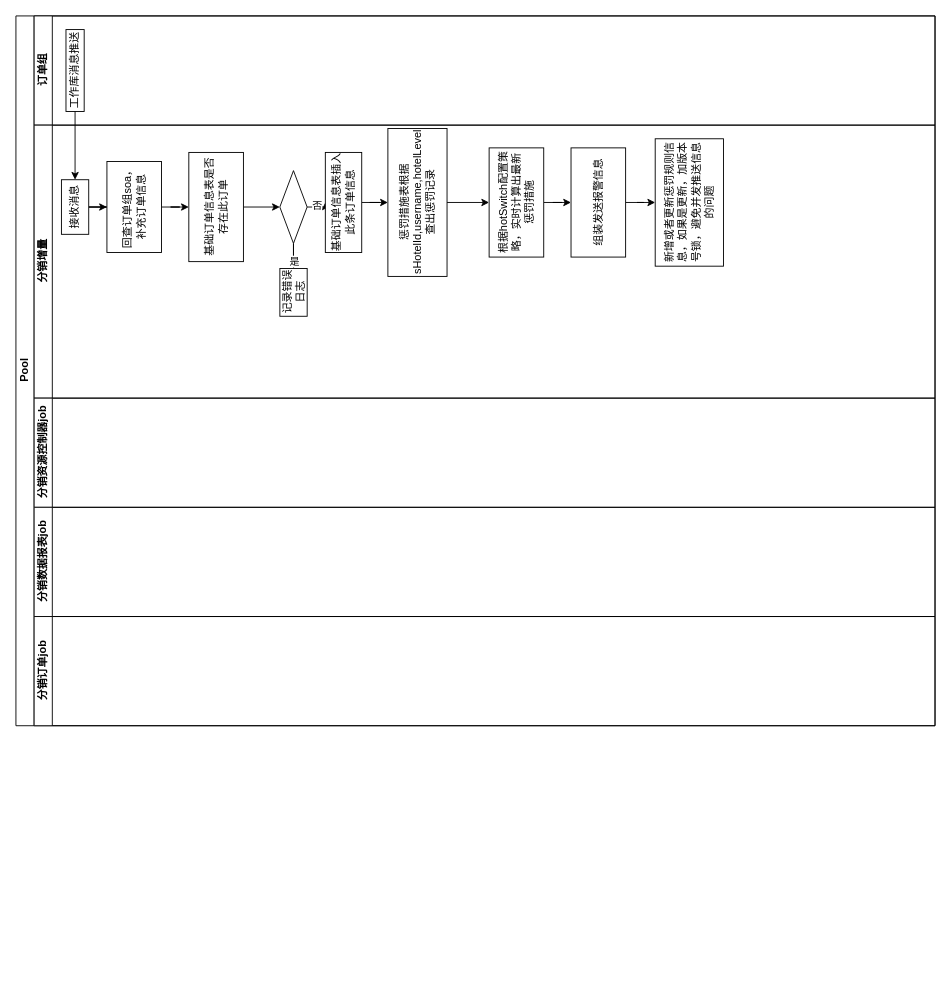
Above: nb/养蜂单.drawio in zhenjie-chen/diagrams (draw.io), before the change. Source tidied: cells renumbered, new cells numbered last; positions are measured from the earlier drawing's top-left corner, leaving out a move shared by most shapes. Both pictures are drawn from the tidied source at 91%, with x=0, y=0 at pixel (15, 15).
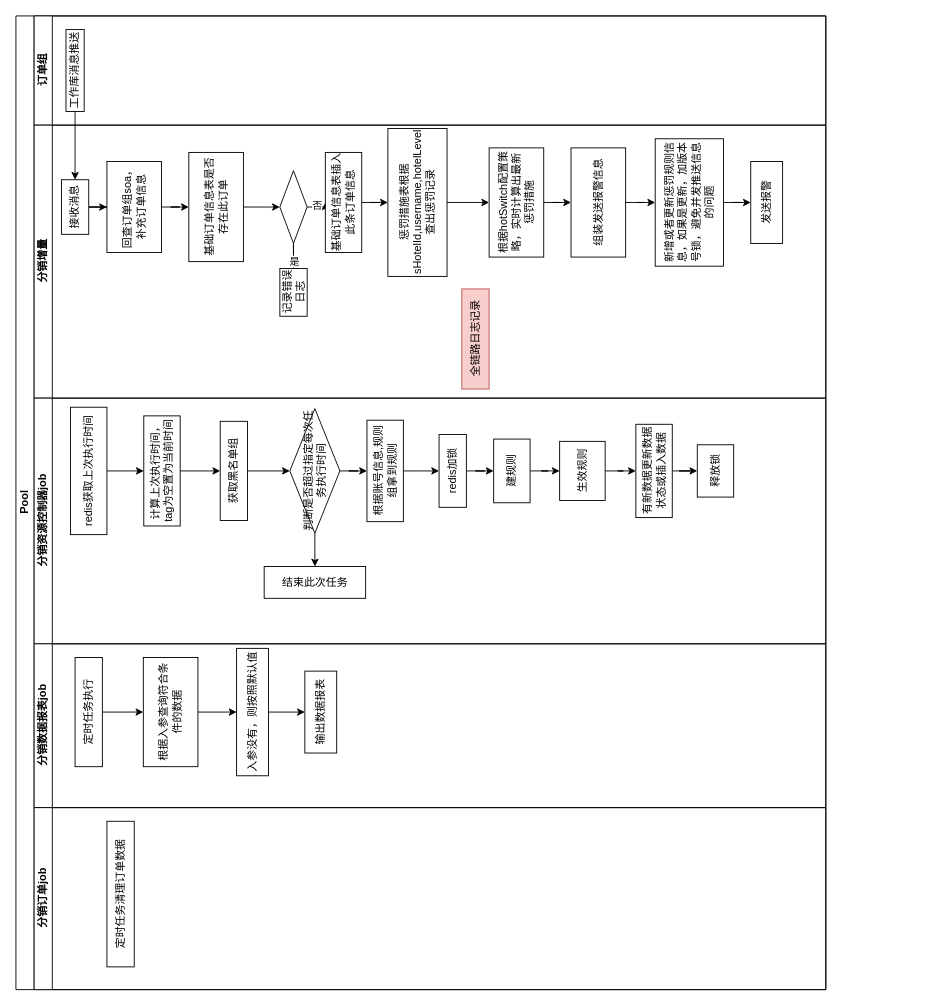
Above is the later version.

Commit message (it also covers changes not shown here):
更新养蜂单.drawio

The change refers to these unchanged cells:
```xml
<mxCell id="4" value="工作库消息推送" style="rounded=0;whiteSpace=wrap;html=1;direction=east;flipH=0;flipV=0;rotation=-90;" parent="3" vertex="1">
  <mxGeometry y="50" width="90" height="20" as="geometry" />
</mxCell>
<mxCell id="7" value="接收消息" style="whiteSpace=wrap;html=1;rounded=0;rotation=-90;" parent="5" vertex="1">
  <mxGeometry x="15" y="75" width="60" height="30" as="geometry" />
</mxCell>
<mxCell id="27" value="新增或者更新惩罚规则信息，如果是更新，加版本号锁，避免并发推送信息的问题" style="whiteSpace=wrap;html=1;rounded=0;rotation=-90;" parent="5" vertex="1">
  <mxGeometry x="650" y="47.5" width="140" height="75" as="geometry" />
</mxCell>
```

Diff of the diagram source:
```diff
@@
     <mxCell id="2" value="Pool" style="swimlane;horizontal=0;startSize=20;html=1;" parent="1" vertex="1">
-      <mxGeometry width="1010" height="780" as="geometry" />
+      <mxGeometry width="890" height="1070" as="geometry" />
     </mxCell>
     <mxCell id="3" value="订单组" style="swimlane;startSize=20;horizontal=0;html=1;" parent="2" vertex="1">
-      <mxGeometry x="20" width="990" height="120" as="geometry" />
+      <mxGeometry x="20" width="870" height="120" as="geometry" />
     </mxCell>
@@
     <mxCell id="5" value="分销增量" style="swimlane;startSize=20;horizontal=0;html=1;" parent="2" vertex="1">
-      <mxGeometry x="20" y="120" width="990" height="300" as="geometry" />
+      <mxGeometry x="20" y="120" width="870" height="300" as="geometry" />
     </mxCell>
@@
+    <mxCell id="32" style="edgeStyle=orthogonalEdgeStyle;rounded=0;jettySize=auto;html=1;" parent="5" edge="1" source="27" target="33">
+      <mxGeometry relative="1" as="geometry" />
+    </mxCell>
@@
+    <mxCell id="33" value="发送报警" style="whiteSpace=wrap;html=1;rounded=0;rotation=-90;" parent="5" vertex="1">
+      <mxGeometry x="760" y="67.5" width="90" height="35" as="geometry" />
+    </mxCell>
+    <mxCell id="34" value="全链路日志记录" style="text;html=1;align=center;verticalAlign=middle;strokeColor=#b85450;fillColor=#f8cecc;rotation=-90;" parent="5" vertex="1">
+      <mxGeometry x="430" y="220" width="110" height="30" as="geometry" />
+    </mxCell>
     <mxCell id="28" value="分销资源控制器job" style="swimlane;startSize=20;horizontal=0;html=1;" parent="2" vertex="1">
-      <mxGeometry x="20" y="420" width="990" height="120" as="geometry" />
+      <mxGeometry x="20" y="420" width="870" height="270" as="geometry" />
     </mxCell>
+    <mxCell id="35" style="edgeStyle=orthogonalEdgeStyle;rounded=0;jettySize=auto;html=1;exitX=0.5;exitY=1;exitDx=0;exitDy=0;entryX=0.5;entryY=0;entryDx=0;entryDy=0;" parent="28" edge="1" source="36" target="38">
+      <mxGeometry relative="1" as="geometry" />
+    </mxCell>
+    <mxCell id="36" value="redis获取上次执行时间" style="rounded=0;whiteSpace=wrap;html=1;rotation=-90;" parent="28" vertex="1">
+      <mxGeometry x="-10" y="60" width="140" height="40" as="geometry" />
+    </mxCell>
+    <mxCell id="37" style="edgeStyle=orthogonalEdgeStyle;rounded=0;jettySize=auto;html=1;exitX=0.5;exitY=1;exitDx=0;exitDy=0;entryX=0.5;entryY=0;entryDx=0;entryDy=0;" parent="28" edge="1" source="38" target="40">
+      <mxGeometry relative="1" as="geometry" />
+    </mxCell>
+    <mxCell id="38" value="计算上次执行时间，tag为空置为当前时间" style="rounded=0;whiteSpace=wrap;html=1;rotation=-90;" parent="28" vertex="1">
+      <mxGeometry x="80" y="60" width="121" height="40" as="geometry" />
+    </mxCell>
+    <mxCell id="39" style="edgeStyle=orthogonalEdgeStyle;rounded=0;jettySize=auto;html=1;" parent="28" edge="1" source="45" target="42">
+      <mxGeometry relative="1" as="geometry" />
+    </mxCell>
+    <mxCell id="40" value="获取黑名单组" style="rounded=0;whiteSpace=wrap;html=1;rotation=-90;" parent="28" vertex="1">
+      <mxGeometry x="165" y="65" width="109" height="30" as="geometry" />
+    </mxCell>
+    <mxCell id="41" style="edgeStyle=orthogonalEdgeStyle;rounded=0;jettySize=auto;html=1;" parent="28" edge="1" source="42" target="48">
+      <mxGeometry relative="1" as="geometry" />
+    </mxCell>
+    <mxCell id="42" value="根据账号信息,规则组拿到规则" style="whiteSpace=wrap;html=1;rounded=0;rotation=-90;" parent="28" vertex="1">
+      <mxGeometry x="330" y="60" width="111.5" height="40" as="geometry" />
+    </mxCell>
+    <mxCell id="43" style="edgeStyle=orthogonalEdgeStyle;rounded=0;jettySize=auto;html=1;" parent="28" edge="1" source="40" target="45">
+      <mxGeometry relative="1" as="geometry" />
+    </mxCell>
+    <mxCell id="44" style="edgeStyle=orthogonalEdgeStyle;rounded=0;jettySize=auto;html=1;" parent="28" edge="1" source="45" target="46">
+      <mxGeometry relative="1" as="geometry" />
+    </mxCell>
+    <mxCell id="45" value="判断是否超过指定每次任务执行时间" style="rhombus;whiteSpace=wrap;html=1;rotation=-90;" parent="28" vertex="1">
+      <mxGeometry x="240" y="52.5" width="137" height="55" as="geometry" />
+    </mxCell>
+    <mxCell id="46" value="结束此次任务" style="whiteSpace=wrap;html=1;" parent="28" vertex="1">
+      <mxGeometry x="252.8" y="185" width="111.5" height="35" as="geometry" />
+    </mxCell>
+    <mxCell id="47" style="edgeStyle=orthogonalEdgeStyle;rounded=0;jettySize=auto;html=1;" parent="28" edge="1" source="48" target="50">
+      <mxGeometry relative="1" as="geometry" />
+    </mxCell>
+    <mxCell id="48" value="redis加锁" style="whiteSpace=wrap;html=1;rounded=0;rotation=-90;" parent="28" vertex="1">
+      <mxGeometry x="420" y="65" width="80" height="30" as="geometry" />
+    </mxCell>
+    <mxCell id="49" style="edgeStyle=orthogonalEdgeStyle;rounded=0;jettySize=auto;html=1;" parent="28" edge="1" source="50" target="52">
+      <mxGeometry relative="1" as="geometry" />
+    </mxCell>
+    <mxCell id="50" value="建规则" style="whiteSpace=wrap;html=1;rounded=0;rotation=-90;" parent="28" vertex="1">
+      <mxGeometry x="490" y="60" width="70" height="40" as="geometry" />
+    </mxCell>
+    <mxCell id="51" style="edgeStyle=orthogonalEdgeStyle;rounded=0;jettySize=auto;html=1;" parent="28" edge="1" source="52" target="54">
+      <mxGeometry relative="1" as="geometry" />
+    </mxCell>
+    <mxCell id="52" value="生效规则" style="whiteSpace=wrap;html=1;rounded=0;rotation=-90;" parent="28" vertex="1">
+      <mxGeometry x="570" y="55" width="65" height="50" as="geometry" />
+    </mxCell>
+    <mxCell id="53" style="edgeStyle=orthogonalEdgeStyle;rounded=0;jettySize=auto;html=1;" parent="28" edge="1" source="54" target="55">
+      <mxGeometry relative="1" as="geometry" />
+    </mxCell>
+    <mxCell id="54" value="有新数据更新数据状态或插入数据" style="whiteSpace=wrap;html=1;rounded=0;rotation=-90;" parent="28" vertex="1">
+      <mxGeometry x="630" y="60" width="102.5" height="40" as="geometry" />
+    </mxCell>
+    <mxCell id="55" value="释放锁" style="whiteSpace=wrap;html=1;rounded=0;rotation=-90;" parent="28" vertex="1">
+      <mxGeometry x="720" y="60" width="57.5" height="40" as="geometry" />
+    </mxCell>
     <mxCell id="29" value="分销数据报表job" style="swimlane;startSize=20;horizontal=0;html=1;" parent="2" vertex="1">
-      <mxGeometry x="20" y="540" width="990" height="120" as="geometry" />
+      <mxGeometry x="20" y="690" width="870" height="180" as="geometry" />
     </mxCell>
+    <mxCell id="56" style="edgeStyle=orthogonalEdgeStyle;rounded=0;jettySize=auto;html=1;" parent="29" edge="1" source="57" target="59">
+      <mxGeometry relative="1" as="geometry" />
+    </mxCell>
+    <mxCell id="57" value="定时任务执行" style="whiteSpace=wrap;html=1;rotation=-90;" parent="29" vertex="1">
+      <mxGeometry y="60" width="120" height="30" as="geometry" />
+    </mxCell>
+    <mxCell id="58" style="edgeStyle=orthogonalEdgeStyle;rounded=0;jettySize=auto;html=1;" parent="29" edge="1" source="59" target="61">
+      <mxGeometry relative="1" as="geometry" />
+    </mxCell>
+    <mxCell id="59" value="根据入参查询符合条件的数据" style="whiteSpace=wrap;html=1;rotation=-90;" parent="29" vertex="1">
+      <mxGeometry x="90" y="45" width="120" height="60" as="geometry" />
+    </mxCell>
+    <mxCell id="60" style="edgeStyle=orthogonalEdgeStyle;rounded=0;jettySize=auto;html=1;" parent="29" edge="1" source="61" target="62">
+      <mxGeometry relative="1" as="geometry" />
+    </mxCell>
+    <mxCell id="61" value="入参没有，则按照默认值" style="whiteSpace=wrap;html=1;rotation=-90;" parent="29" vertex="1">
+      <mxGeometry x="170" y="57.5" width="140" height="35" as="geometry" />
+    </mxCell>
+    <mxCell id="62" value="输出数据报表" style="whiteSpace=wrap;html=1;rotation=-90;" parent="29" vertex="1">
+      <mxGeometry x="270" y="57.5" width="90" height="35" as="geometry" />
+    </mxCell>
+    <mxCell id="31" style="edgeStyle=orthogonalEdgeStyle;rounded=0;jettySize=auto;html=1;" parent="2" edge="1" source="4" target="7">
+      <mxGeometry relative="1" as="geometry" />
+    </mxCell>
     <mxCell id="30" value="分销订单job" style="swimlane;startSize=20;horizontal=0;html=1;" parent="2" vertex="1">
-      <mxGeometry x="20" y="660" width="990" height="120" as="geometry" />
+      <mxGeometry x="20" y="870" width="870" height="200" as="geometry" />
     </mxCell>
-    <mxCell id="31" style="edgeStyle=orthogonalEdgeStyle;rounded=0;jettySize=auto;html=1;" parent="2" edge="1" source="4" target="7">
-      <mxGeometry relative="1" as="geometry" />
-    </mxCell>
+    <mxCell id="63" value="定时任务清理订单数据" style="rounded=0;whiteSpace=wrap;html=1;rotation=-90;" parent="30" vertex="1">
+      <mxGeometry x="15" y="80" width="160" height="30" as="geometry" />
+    </mxCell>
```
